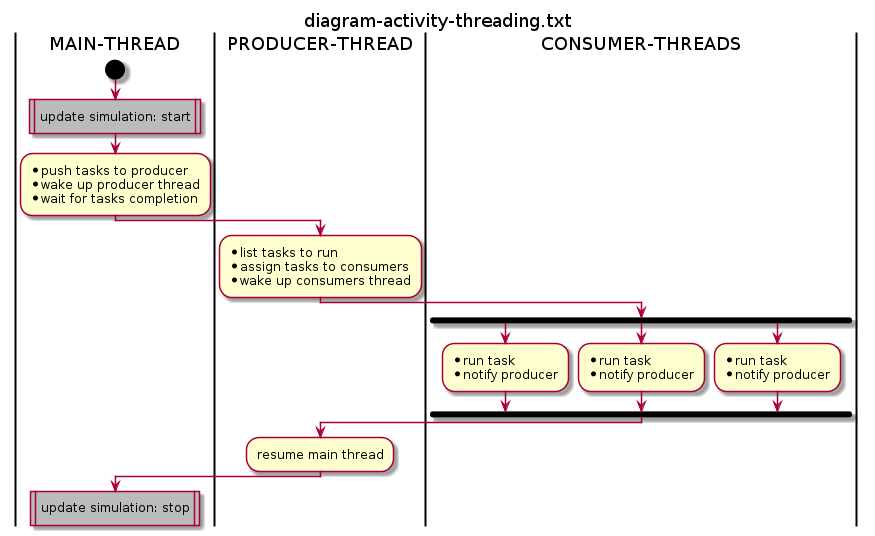
Above: emscripten/bullet/diagrams/diagram-activity-threading.png in GuillaumeBouchetEpitech/geneticAlgorithm_experiment (PlantUML), before the change. The source it was exported from:
```plantuml
@startuml

title diagram-activity-threading.txt

|MAIN-THREAD|
|PRODUCER-THREAD|
|CONSUMER-THREADS|

|MAIN-THREAD|

start

#BBBBBB:update simulation: start|

:* push tasks to producer
* wake up producer thread
* wait for tasks completion;

|PRODUCER-THREAD|

:* list tasks to run
* assign tasks to consumers
* wake up consumers thread;

|CONSUMER-THREADS|

fork

    :* run task
    * notify producer;

fork again

    :* run task
    * notify producer;

fork again

    :* run task
    * notify producer;

end fork

|PRODUCER-THREAD|

:resume main thread;

|MAIN-THREAD|

#BBBBBB:update simulation: stop|


@enduml
```
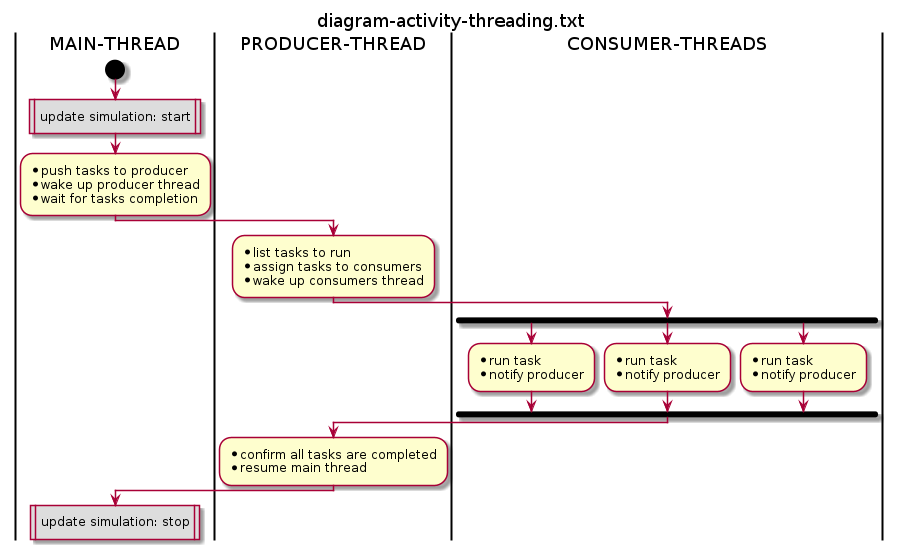
The same diagram one commit later.

Change to the diagram source:
```diff
@@ -10,7 +10,7 @@
 
 start
 
-#BBBBBB:update simulation: start|
+#DDDDDD:update simulation: start|
 
 :* push tasks to producer
 * wake up producer thread
@@ -43,11 +43,12 @@
 
 |PRODUCER-THREAD|
 
-:resume main thread;
+:* confirm all tasks are completed
+* resume main thread;
 
 |MAIN-THREAD|
 
-#BBBBBB:update simulation: stop|
+#DDDDDD:update simulation: stop|
 
 
 @enduml
```
